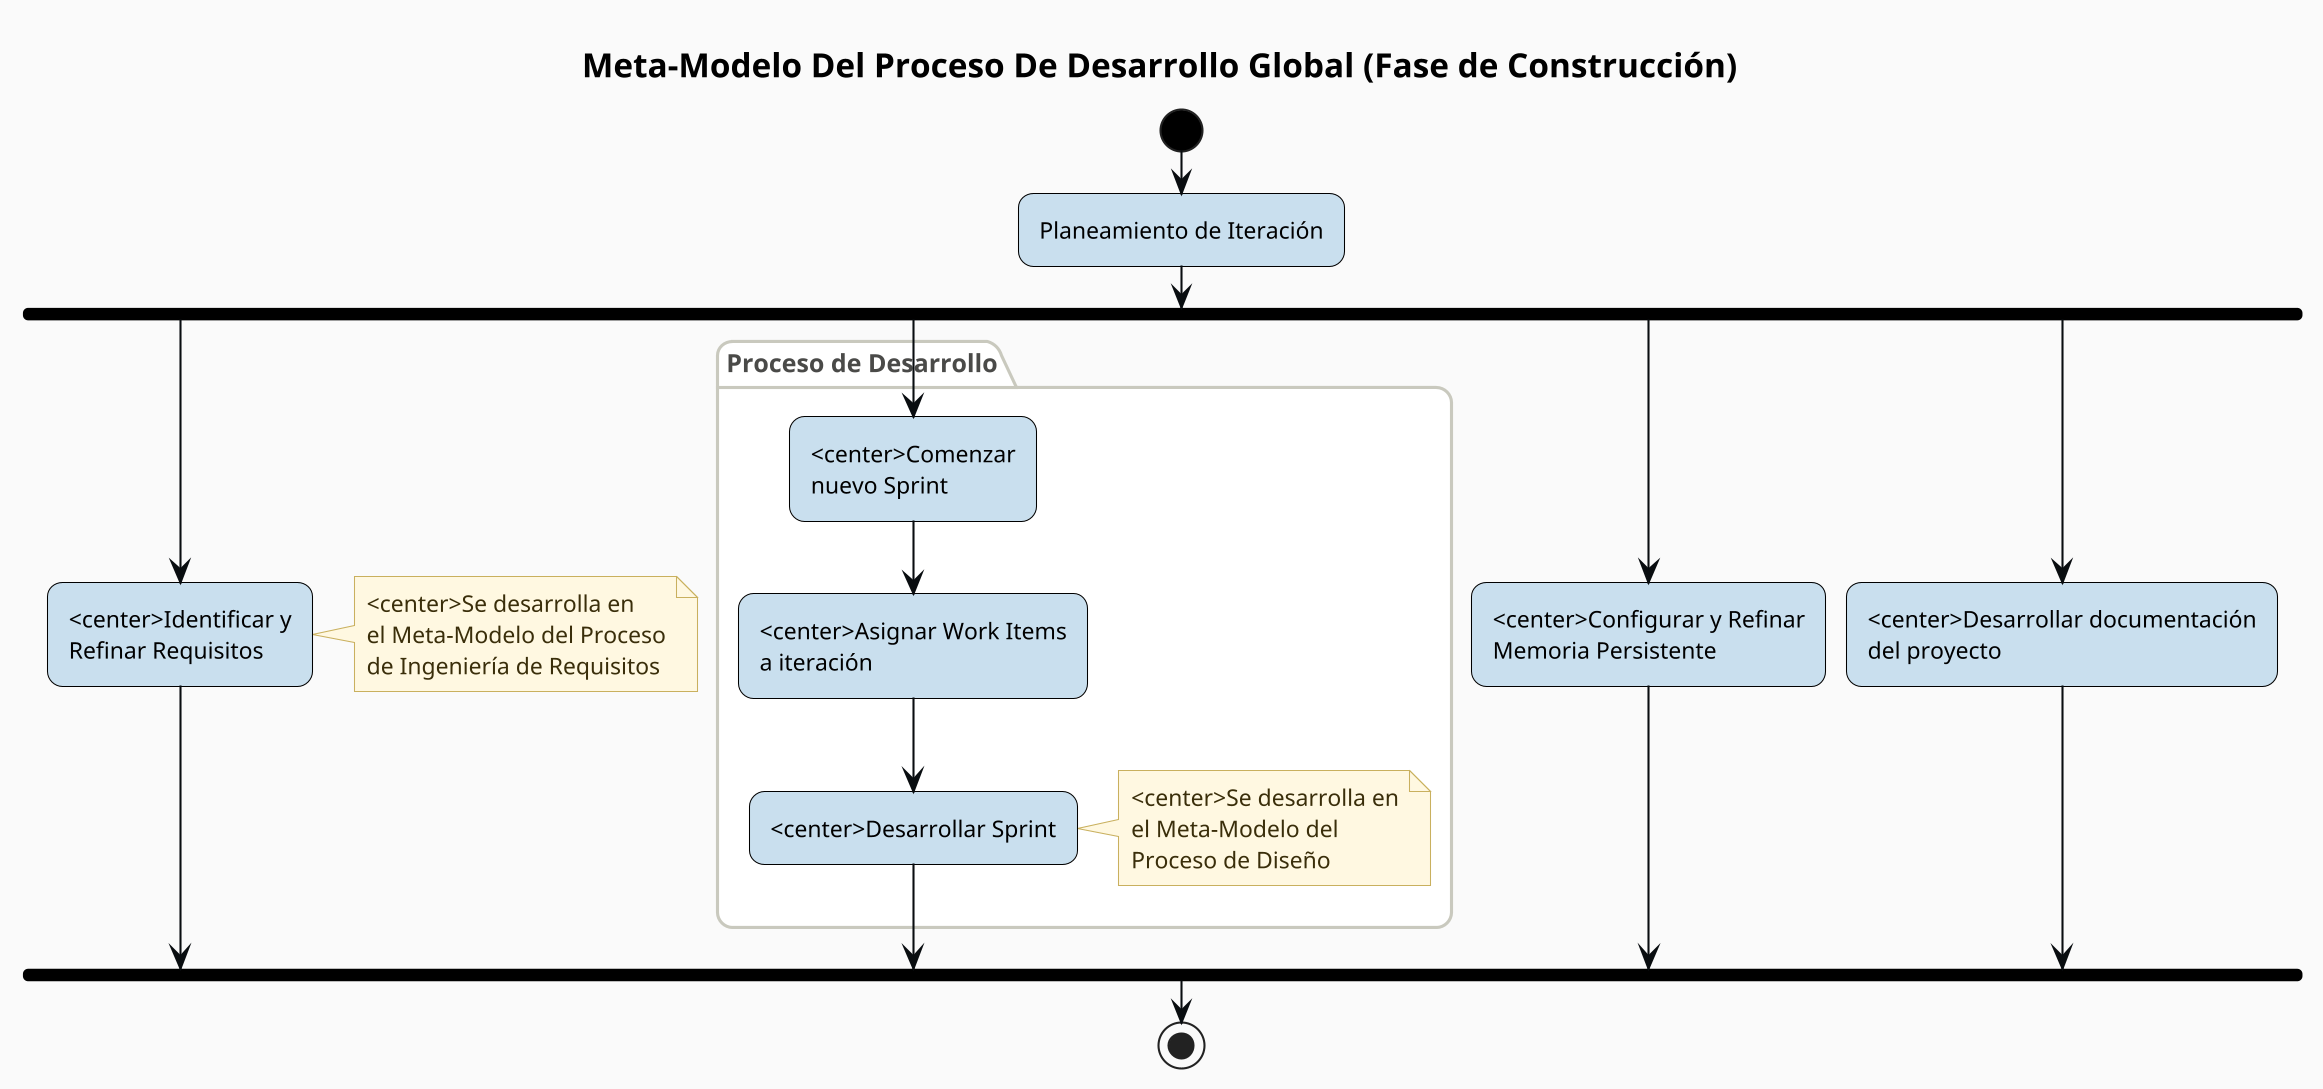
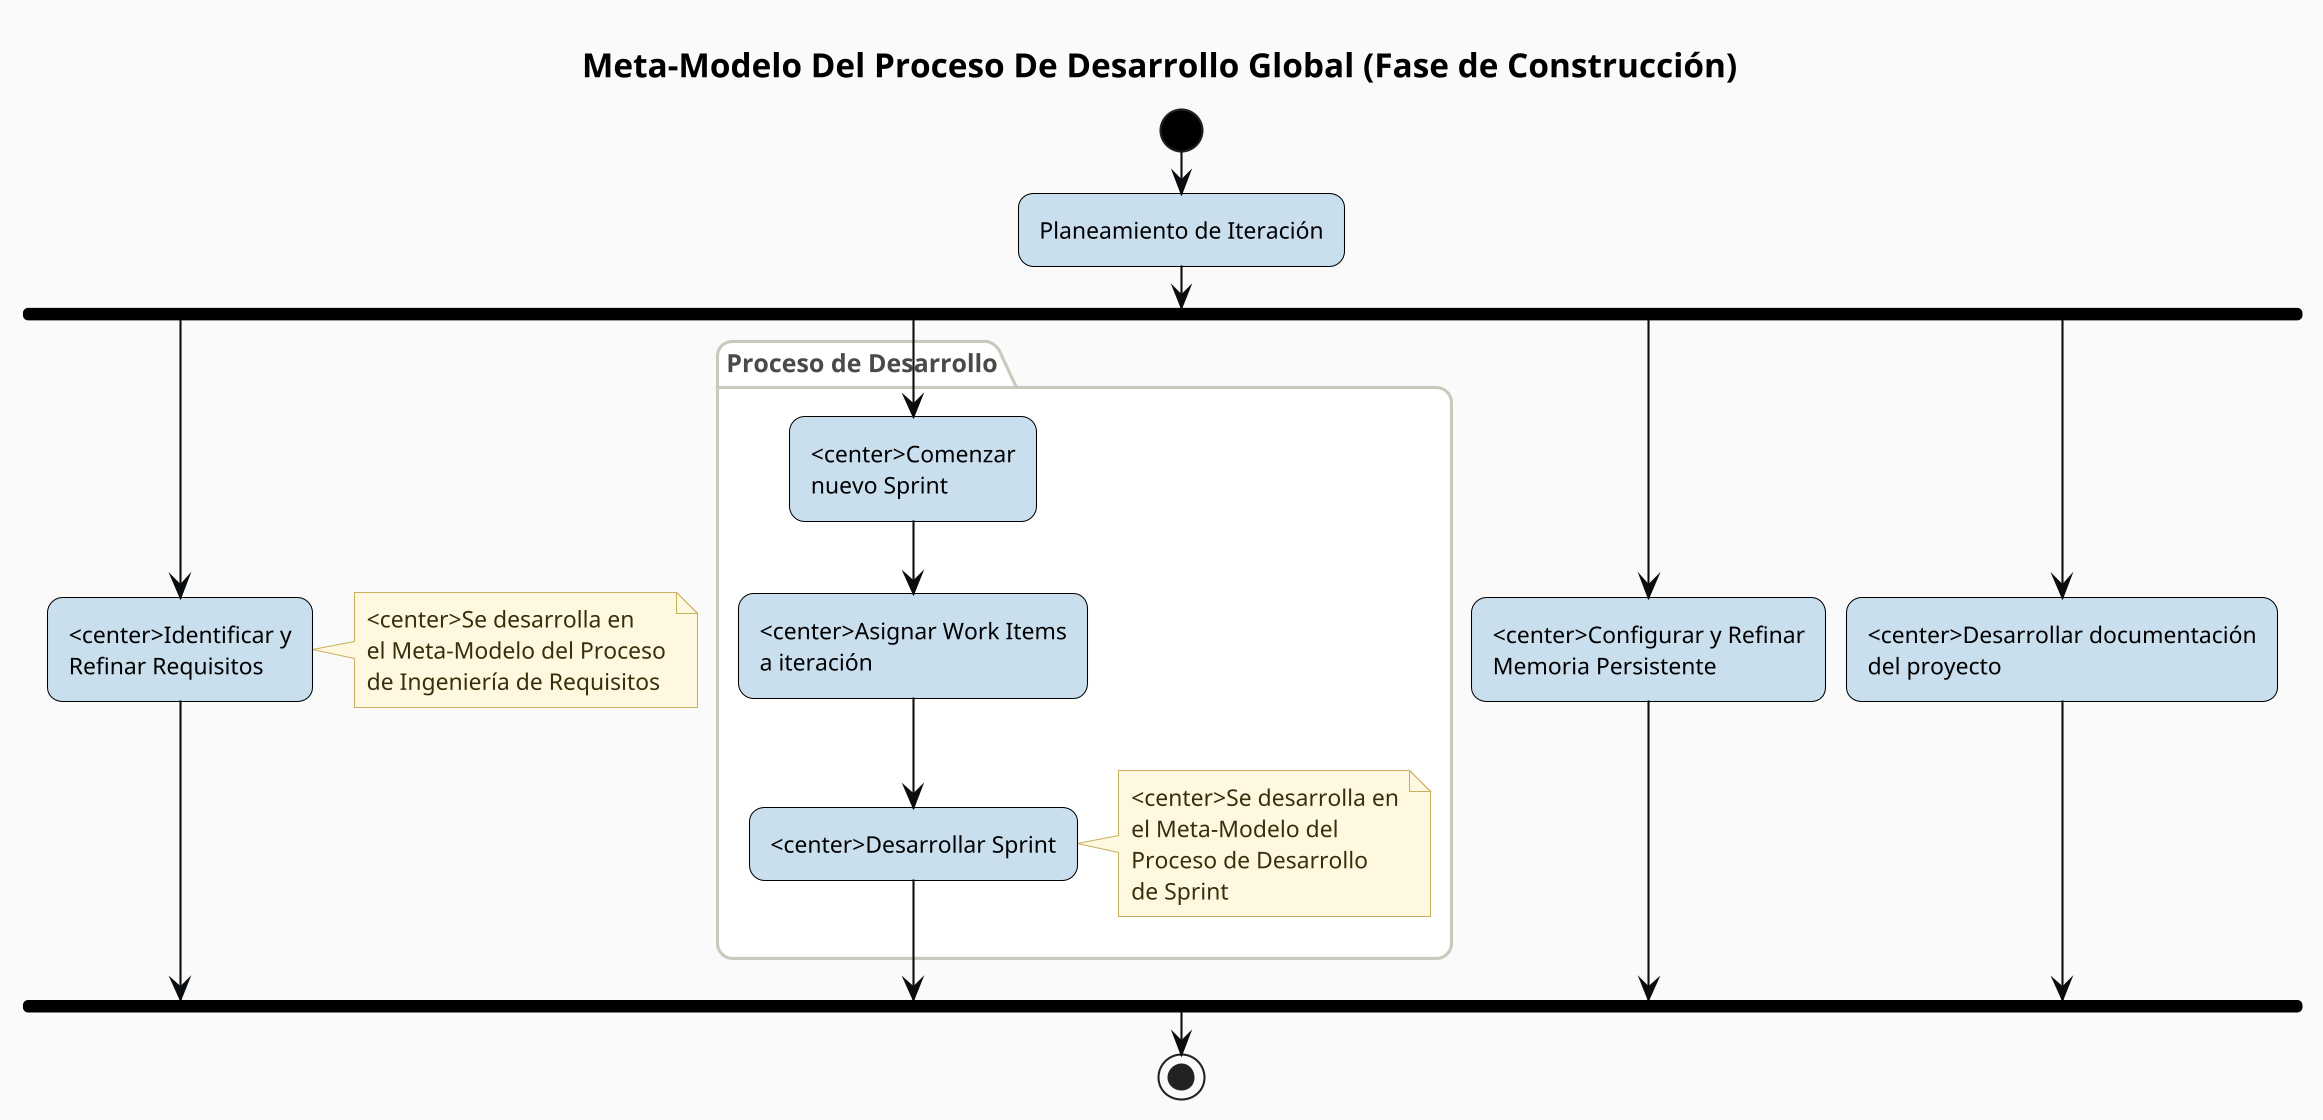
@startuml FaseConstruccion
skinparam dpi 200
title  Meta-Modelo Del Proceso De Desarrollo Global (Fase de Construcción)

' === Modern soft theme ===
skinparam backgroundColor #FAFAFA
skinparam defaultFontName Helvetica
skinparam defaultFontSize 11
skinparam titleFontSize 16
skinparam titleFontStyle bold
skinparam shadowing false
skinparam roundCorner 14
skinparam linetype polyline

skinparam activity {
    BackgroundColor       #C9DFEE
    BorderColor           #000000
    FontColor             #000000
    FontName              Helvetica
    FontSize              11
    DiamondBackgroundColor #D9C2E3
    DiamondBorderColor    #000000
    DiamondFontColor      #000000
    StartColor            #000000
    EndColor              #000000
    BarColor              #000000
}

skinparam partition {
    BackgroundColor #FFFFFF
    BorderColor     #C9C9BE
    FontColor       #4A4A48
    FontStyle       bold
    FontSize        12
}

skinparam arrow {
    Color     #090D10
    FontColor #090D10
    FontSize  10
    Thickness 1
}

skinparam note {
    BackgroundColor #FFF8E1
    BorderColor     #C9B05E
    FontColor       #3A2E0A
}
' FASE CONSTRUCTION
start
:Planeamiento de Iteración;
fork
    :<center>Identificar y\nRefinar Requisitos;
    note right:<center>Se desarrolla en\nel Meta-Modelo del Proceso\nde Ingeniería de Requisitos
fork again
package Proceso de Desarrollo {
    :<center>Comenzar\nnuevo Sprint;
    :<center>Asignar Work Items\na iteración;
    :<center>Desarrollar Sprint;
-     note right:<center>Se desarrolla en\nel Meta-Modelo del\nProceso de Diseño
+     note right:<center>Se desarrolla en\nel Meta-Modelo del\nProceso de Desarrollo\nde Sprint
}
fork again
    :<center>Configurar y Refinar\nMemoria Persistente;
fork again
    :<center>Desarrollar documentación\ndel proyecto;
endfork
stop

@enduml
